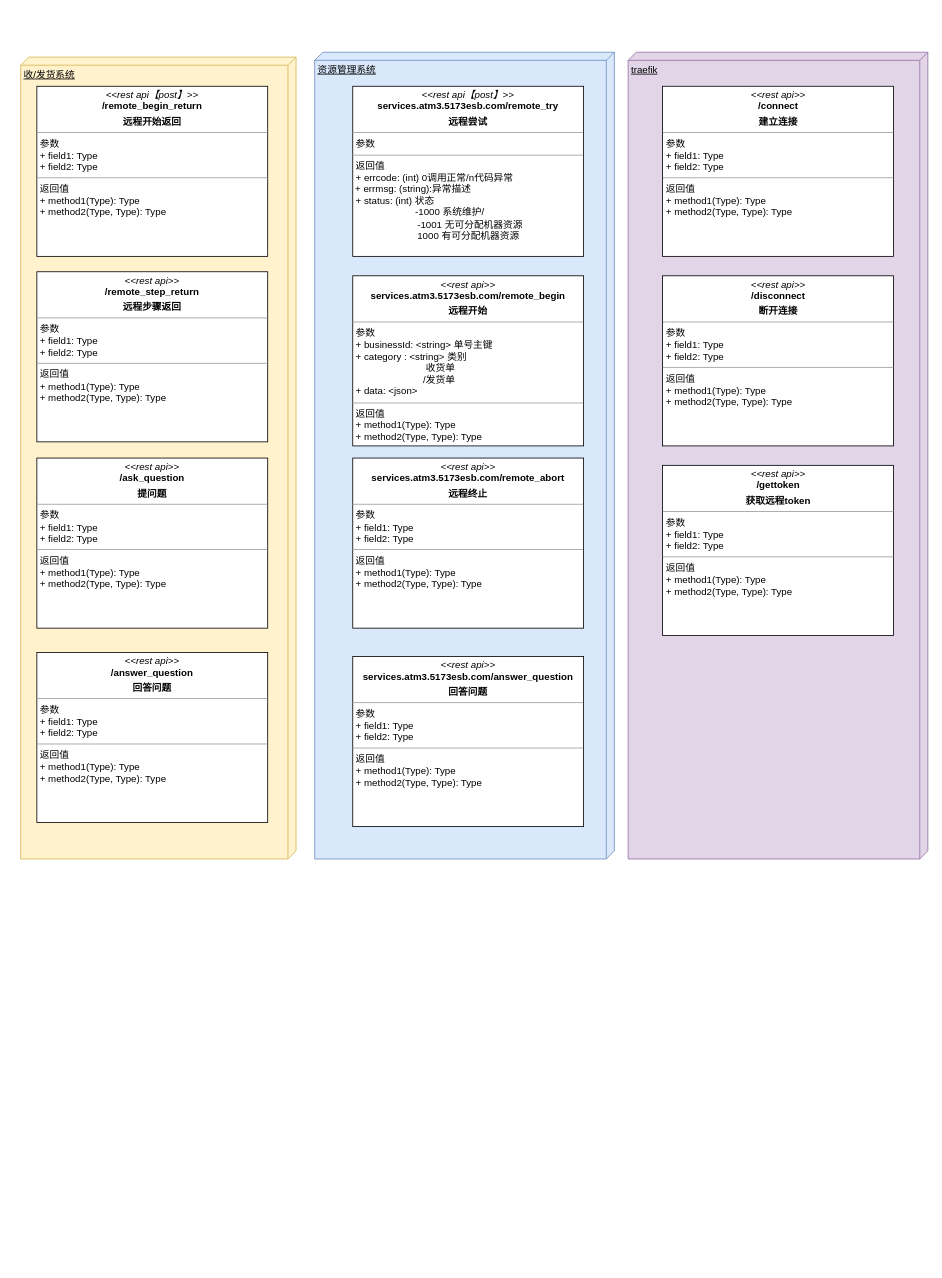
The draw.io diagram 接口.drawio in yelisheng/atm-design, before the edit. Source tidied: cells renumbered, new cells numbered last; positions are measured from the earlier drawing's top-left corner, leaving out a move shared by most shapes. Both pictures are drawn from the tidied source at 81%, with x=0, y=0 at pixel (20, 52).
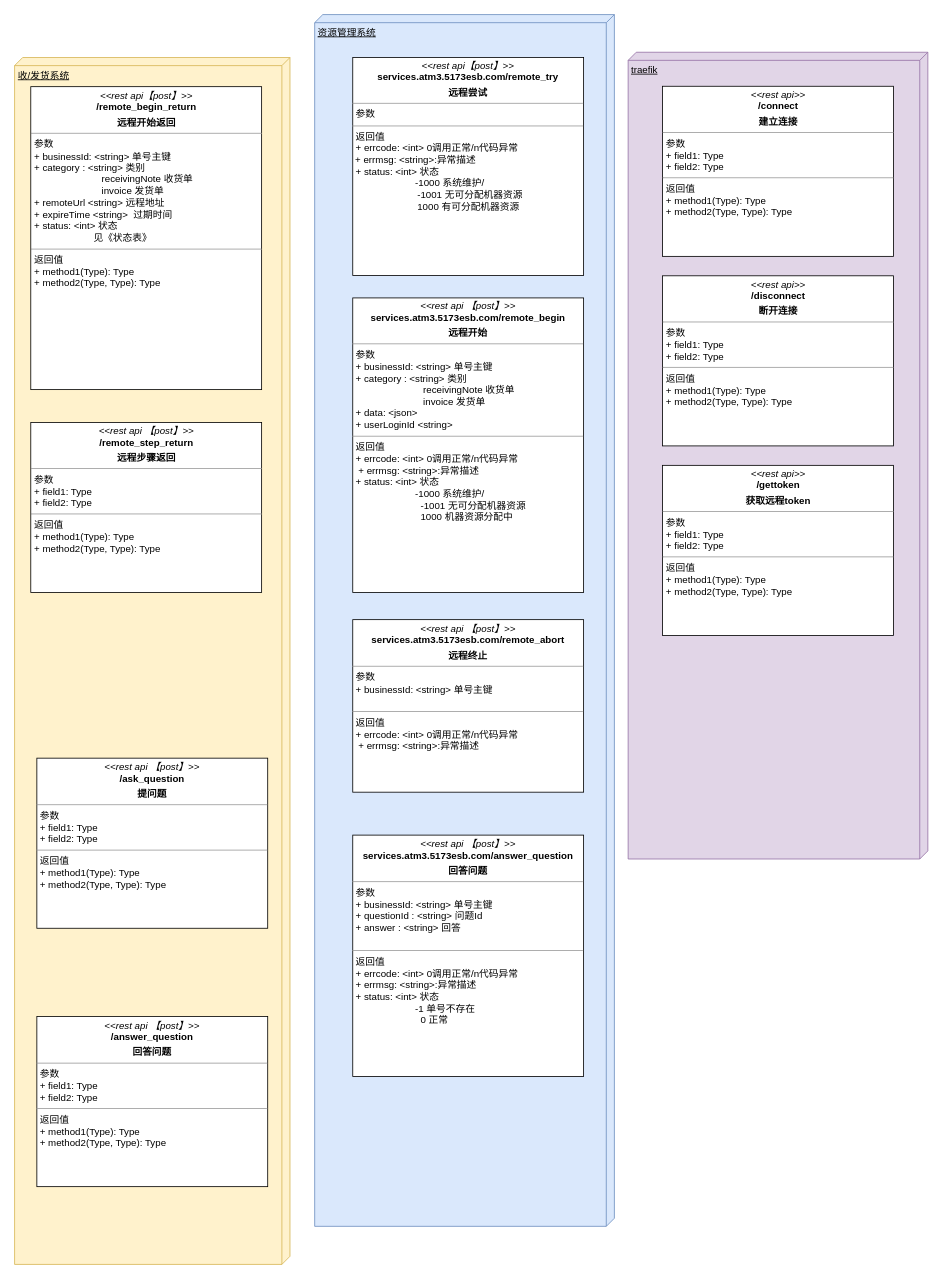
The same diagram, later.

The edit, as a diff of the source:
```diff
@@
     <mxCell id="5" style="group;" parent="1" vertex="1">
-      <mxGeometry y="6" width="340" height="990" as="geometry" />
+      <mxGeometry x="-7.5" y="6.5" width="340" height="1490" as="geometry" />
     </mxCell>
     <mxCell id="6" value="收/发货系统" style="verticalAlign=top;align=left;spacingTop=8;spacingLeft=2;spacingRight=12;shape=cube;size=10;direction=south;fontStyle=4;html=1;fillColor=#fff2cc;strokeColor=#d6b656;" parent="5" vertex="1">
-      <mxGeometry width="340" height="990" as="geometry" />
+      <mxGeometry width="340" height="1490" as="geometry" />
     </mxCell>
-    <mxCell id="7" value="&lt;p style=&quot;margin: 0px ; margin-top: 4px ; text-align: center&quot;&gt;&lt;i&gt;&amp;lt;&amp;lt;rest api【post】&amp;gt;&amp;gt;&lt;/i&gt;&lt;br&gt;&lt;b&gt;/remote_begin_return&lt;/b&gt;&lt;/p&gt;&lt;p style=&quot;margin: 0px ; margin-top: 4px ; text-align: center&quot;&gt;&lt;b&gt;远程开始返回&lt;/b&gt;&lt;/p&gt;&lt;hr size=&quot;1&quot;&gt;&lt;p style=&quot;margin: 0px ; margin-left: 4px&quot;&gt;参数&lt;/p&gt;&lt;p style=&quot;margin: 0px ; margin-left: 4px&quot;&gt;+ field1: Type&lt;br&gt;+ field2: Type&lt;/p&gt;&lt;hr size=&quot;1&quot;&gt;&lt;p style=&quot;margin: 0px ; margin-left: 4px&quot;&gt;返回值&lt;/p&gt;&lt;p style=&quot;margin: 0px ; margin-left: 4px&quot;&gt;+ method1(Type): Type&lt;br&gt;+ method2(Type, Type): Type&lt;/p&gt;" style="verticalAlign=top;align=left;overflow=fill;fontSize=12;fontFamily=Helvetica;html=1;" parent="5" vertex="1">
-      <mxGeometry x="20" y="36" width="285" height="210" as="geometry" />
+    <mxCell id="7" value="&lt;p style=&quot;margin: 0px ; margin-top: 4px ; text-align: center&quot;&gt;&lt;i&gt;&amp;lt;&amp;lt;rest api【post】&amp;gt;&amp;gt;&lt;/i&gt;&lt;br&gt;&lt;b&gt;/remote_begin_return&lt;/b&gt;&lt;/p&gt;&lt;p style=&quot;margin: 0px ; margin-top: 4px ; text-align: center&quot;&gt;&lt;b&gt;远程开始返回&lt;/b&gt;&lt;/p&gt;&lt;hr size=&quot;1&quot;&gt;&lt;p style=&quot;margin: 0px ; margin-left: 4px&quot;&gt;参数&lt;/p&gt;&lt;p style=&quot;margin: 0px 0px 0px 4px&quot;&gt;+ businessId: &amp;lt;string&amp;gt; 单号主键&lt;/p&gt;&lt;p style=&quot;margin: 0px 0px 0px 4px&quot;&gt;+ category : &amp;lt;string&amp;gt; 类别&amp;nbsp;&lt;/p&gt;&lt;p style=&quot;margin: 0px 0px 0px 4px&quot;&gt;&amp;nbsp; &amp;nbsp; &amp;nbsp; &amp;nbsp; &amp;nbsp; &amp;nbsp; &amp;nbsp; &amp;nbsp; &amp;nbsp; &amp;nbsp; &amp;nbsp; &amp;nbsp; &amp;nbsp;receivingNote 收货单&lt;/p&gt;&lt;p style=&quot;margin: 0px 0px 0px 4px&quot;&gt;&amp;nbsp; &amp;nbsp; &amp;nbsp; &amp;nbsp; &amp;nbsp; &amp;nbsp; &amp;nbsp; &amp;nbsp; &amp;nbsp; &amp;nbsp; &amp;nbsp; &amp;nbsp; &amp;nbsp;invoice 发货单&lt;/p&gt;&lt;p style=&quot;margin: 0px 0px 0px 4px&quot;&gt;+ remoteUrl &amp;lt;string&amp;gt; 远程地址&lt;/p&gt;&lt;p style=&quot;margin: 0px 0px 0px 4px&quot;&gt;+ expireTime &amp;lt;string&amp;gt;&amp;nbsp; 过期时间&lt;/p&gt;&lt;p style=&quot;margin: 0px 0px 0px 4px&quot;&gt;+ status:&lt;span&gt;&amp;nbsp;&lt;/span&gt;&lt;span&gt;&amp;lt;int&amp;gt; 状态&amp;nbsp;&lt;/span&gt;&lt;/p&gt;&lt;p style=&quot;margin: 0px 0px 0px 4px&quot;&gt;&amp;nbsp; &amp;nbsp; &amp;nbsp; &amp;nbsp; &amp;nbsp; &amp;nbsp; &amp;nbsp; &amp;nbsp; &amp;nbsp; &amp;nbsp; &amp;nbsp; 见《状态表》&lt;/p&gt;&lt;hr size=&quot;1&quot;&gt;&lt;p style=&quot;margin: 0px ; margin-left: 4px&quot;&gt;返回值&lt;/p&gt;&lt;p style=&quot;margin: 0px ; margin-left: 4px&quot;&gt;+ method1(Type): Type&lt;br&gt;+ method2(Type, Type): Type&lt;/p&gt;" style="verticalAlign=top;align=left;overflow=fill;fontSize=12;fontFamily=Helvetica;html=1;" parent="5" vertex="1">
+      <mxGeometry x="20" y="36" width="285" height="374" as="geometry" />
     </mxCell>
-    <mxCell id="8" value="&lt;p style=&quot;margin: 0px ; margin-top: 4px ; text-align: center&quot;&gt;&lt;i&gt;&amp;lt;&amp;lt;rest api&amp;gt;&amp;gt;&lt;/i&gt;&lt;br&gt;&lt;b&gt;/remote_step_return&lt;/b&gt;&lt;/p&gt;&lt;p style=&quot;margin: 0px ; margin-top: 4px ; text-align: center&quot;&gt;&lt;b&gt;远程步骤返回&lt;/b&gt;&lt;/p&gt;&lt;hr size=&quot;1&quot;&gt;&lt;p style=&quot;margin: 0px ; margin-left: 4px&quot;&gt;参数&lt;/p&gt;&lt;p style=&quot;margin: 0px ; margin-left: 4px&quot;&gt;+ field1: Type&lt;br&gt;+ field2: Type&lt;/p&gt;&lt;hr size=&quot;1&quot;&gt;&lt;p style=&quot;margin: 0px ; margin-left: 4px&quot;&gt;返回值&lt;/p&gt;&lt;p style=&quot;margin: 0px ; margin-left: 4px&quot;&gt;+ method1(Type): Type&lt;br&gt;+ method2(Type, Type): Type&lt;/p&gt;" style="verticalAlign=top;align=left;overflow=fill;fontSize=12;fontFamily=Helvetica;html=1;" parent="5" vertex="1">
-      <mxGeometry x="20" y="265" width="285" height="210" as="geometry" />
+    <mxCell id="8" value="&lt;p style=&quot;margin: 0px ; margin-top: 4px ; text-align: center&quot;&gt;&lt;i&gt;&amp;lt;&amp;lt;rest api 【post】&amp;gt;&amp;gt;&lt;/i&gt;&lt;br&gt;&lt;b&gt;/remote_step_return&lt;/b&gt;&lt;/p&gt;&lt;p style=&quot;margin: 0px ; margin-top: 4px ; text-align: center&quot;&gt;&lt;b&gt;远程步骤返回&lt;/b&gt;&lt;/p&gt;&lt;hr size=&quot;1&quot;&gt;&lt;p style=&quot;margin: 0px ; margin-left: 4px&quot;&gt;参数&lt;/p&gt;&lt;p style=&quot;margin: 0px ; margin-left: 4px&quot;&gt;+ field1: Type&lt;br&gt;+ field2: Type&lt;/p&gt;&lt;hr size=&quot;1&quot;&gt;&lt;p style=&quot;margin: 0px ; margin-left: 4px&quot;&gt;返回值&lt;/p&gt;&lt;p style=&quot;margin: 0px ; margin-left: 4px&quot;&gt;+ method1(Type): Type&lt;br&gt;+ method2(Type, Type): Type&lt;/p&gt;" style="verticalAlign=top;align=left;overflow=fill;fontSize=12;fontFamily=Helvetica;html=1;" parent="5" vertex="1">
+      <mxGeometry x="20" y="450.5" width="285" height="210" as="geometry" />
     </mxCell>
-    <mxCell id="9" value="&lt;p style=&quot;margin: 0px ; margin-top: 4px ; text-align: center&quot;&gt;&lt;i&gt;&amp;lt;&amp;lt;rest api&amp;gt;&amp;gt;&lt;/i&gt;&lt;br&gt;&lt;b&gt;/ask_question&lt;/b&gt;&lt;/p&gt;&lt;p style=&quot;margin: 0px ; margin-top: 4px ; text-align: center&quot;&gt;&lt;b&gt;提问题&lt;/b&gt;&lt;/p&gt;&lt;hr size=&quot;1&quot;&gt;&lt;p style=&quot;margin: 0px ; margin-left: 4px&quot;&gt;参数&lt;/p&gt;&lt;p style=&quot;margin: 0px ; margin-left: 4px&quot;&gt;+ field1: Type&lt;br&gt;+ field2: Type&lt;/p&gt;&lt;hr size=&quot;1&quot;&gt;&lt;p style=&quot;margin: 0px ; margin-left: 4px&quot;&gt;返回值&lt;/p&gt;&lt;p style=&quot;margin: 0px ; margin-left: 4px&quot;&gt;+ method1(Type): Type&lt;br&gt;+ method2(Type, Type): Type&lt;/p&gt;" style="verticalAlign=top;align=left;overflow=fill;fontSize=12;fontFamily=Helvetica;html=1;" parent="5" vertex="1">
-      <mxGeometry x="20" y="495" width="285" height="210" as="geometry" />
+    <mxCell id="9" value="&lt;p style=&quot;margin: 0px ; margin-top: 4px ; text-align: center&quot;&gt;&lt;i&gt;&amp;lt;&amp;lt;rest api 【post】&amp;gt;&amp;gt;&lt;/i&gt;&lt;br&gt;&lt;b&gt;/ask_question&lt;/b&gt;&lt;/p&gt;&lt;p style=&quot;margin: 0px ; margin-top: 4px ; text-align: center&quot;&gt;&lt;b&gt;提问题&lt;/b&gt;&lt;/p&gt;&lt;hr size=&quot;1&quot;&gt;&lt;p style=&quot;margin: 0px ; margin-left: 4px&quot;&gt;参数&lt;/p&gt;&lt;p style=&quot;margin: 0px ; margin-left: 4px&quot;&gt;+ field1: Type&lt;br&gt;+ field2: Type&lt;/p&gt;&lt;hr size=&quot;1&quot;&gt;&lt;p style=&quot;margin: 0px ; margin-left: 4px&quot;&gt;返回值&lt;/p&gt;&lt;p style=&quot;margin: 0px ; margin-left: 4px&quot;&gt;+ method1(Type): Type&lt;br&gt;+ method2(Type, Type): Type&lt;/p&gt;" style="verticalAlign=top;align=left;overflow=fill;fontSize=12;fontFamily=Helvetica;html=1;" parent="5" vertex="1">
+      <mxGeometry x="27.5" y="865" width="285" height="210" as="geometry" />
     </mxCell>
-    <mxCell id="10" value="&lt;p style=&quot;margin: 0px ; margin-top: 4px ; text-align: center&quot;&gt;&lt;i&gt;&amp;lt;&amp;lt;rest api&amp;gt;&amp;gt;&lt;/i&gt;&lt;br&gt;&lt;b&gt;/answer_question&lt;/b&gt;&lt;/p&gt;&lt;p style=&quot;margin: 0px ; margin-top: 4px ; text-align: center&quot;&gt;&lt;b&gt;回答问题&lt;/b&gt;&lt;/p&gt;&lt;hr size=&quot;1&quot;&gt;&lt;p style=&quot;margin: 0px ; margin-left: 4px&quot;&gt;参数&lt;/p&gt;&lt;p style=&quot;margin: 0px ; margin-left: 4px&quot;&gt;+ field1: Type&lt;br&gt;+ field2: Type&lt;/p&gt;&lt;hr size=&quot;1&quot;&gt;&lt;p style=&quot;margin: 0px ; margin-left: 4px&quot;&gt;返回值&lt;/p&gt;&lt;p style=&quot;margin: 0px ; margin-left: 4px&quot;&gt;+ method1(Type): Type&lt;br&gt;+ method2(Type, Type): Type&lt;/p&gt;" style="verticalAlign=top;align=left;overflow=fill;fontSize=12;fontFamily=Helvetica;html=1;" parent="5" vertex="1">
-      <mxGeometry x="20" y="735" width="285" height="210" as="geometry" />
+    <mxCell id="10" value="&lt;p style=&quot;margin: 0px ; margin-top: 4px ; text-align: center&quot;&gt;&lt;i&gt;&amp;lt;&amp;lt;rest api 【post】&amp;gt;&amp;gt;&lt;/i&gt;&lt;br&gt;&lt;b&gt;/answer_question&lt;/b&gt;&lt;/p&gt;&lt;p style=&quot;margin: 0px ; margin-top: 4px ; text-align: center&quot;&gt;&lt;b&gt;回答问题&lt;/b&gt;&lt;/p&gt;&lt;hr size=&quot;1&quot;&gt;&lt;p style=&quot;margin: 0px ; margin-left: 4px&quot;&gt;参数&lt;/p&gt;&lt;p style=&quot;margin: 0px ; margin-left: 4px&quot;&gt;+ field1: Type&lt;br&gt;+ field2: Type&lt;/p&gt;&lt;hr size=&quot;1&quot;&gt;&lt;p style=&quot;margin: 0px ; margin-left: 4px&quot;&gt;返回值&lt;/p&gt;&lt;p style=&quot;margin: 0px ; margin-left: 4px&quot;&gt;+ method1(Type): Type&lt;br&gt;+ method2(Type, Type): Type&lt;/p&gt;" style="verticalAlign=top;align=left;overflow=fill;fontSize=12;fontFamily=Helvetica;html=1;" parent="5" vertex="1">
+      <mxGeometry x="27.5" y="1184" width="285" height="210" as="geometry" />
     </mxCell>
     <mxCell id="11" style="group;" parent="1" vertex="1">
-      <mxGeometry x="363" width="370" height="996" as="geometry" />
+      <mxGeometry x="363" y="-46.5" width="370" height="1496" as="geometry" />
     </mxCell>
     <mxCell id="12" value="资源管理系统" style="verticalAlign=top;align=left;spacingTop=8;spacingLeft=2;spacingRight=12;shape=cube;size=10;direction=south;fontStyle=4;html=1;fillColor=#dae8fc;strokeColor=#6c8ebf;" parent="11" vertex="1">
-      <mxGeometry width="370" height="996" as="geometry" />
+      <mxGeometry width="370" height="1496" as="geometry" />
     </mxCell>
-    <mxCell id="13" value="&lt;p style=&quot;margin: 0px ; margin-top: 4px ; text-align: center&quot;&gt;&lt;i&gt;&amp;lt;&amp;lt;rest api【post】&amp;gt;&amp;gt;&lt;/i&gt;&lt;br&gt;&lt;b&gt;services.atm3.5173esb.com/remote_try&lt;/b&gt;&lt;/p&gt;&lt;p style=&quot;margin: 0px ; margin-top: 4px ; text-align: center&quot;&gt;&lt;b&gt;远程尝试&lt;/b&gt;&lt;/p&gt;&lt;hr size=&quot;1&quot;&gt;&lt;p style=&quot;margin: 0px ; margin-left: 4px&quot;&gt;参数&lt;/p&gt;&lt;hr size=&quot;1&quot;&gt;&lt;p style=&quot;margin: 0px ; margin-left: 4px&quot;&gt;返回值&lt;/p&gt;&lt;p style=&quot;margin: 0px ; margin-left: 4px&quot;&gt;+ errcode: (int) 0调用正常/n代码异常&amp;nbsp;&lt;/p&gt;&amp;nbsp;+&amp;nbsp;&lt;span&gt;errmsg: (string):异常描述&lt;/span&gt;&lt;br&gt;&lt;p style=&quot;margin: 0px ; margin-left: 4px&quot;&gt;+ status: (int) 状态&amp;nbsp;&lt;/p&gt;&lt;p style=&quot;margin: 0px ; margin-left: 4px&quot;&gt;&amp;nbsp; &amp;nbsp; &amp;nbsp; &amp;nbsp; &amp;nbsp; &amp;nbsp; &amp;nbsp; &amp;nbsp; &amp;nbsp; &amp;nbsp; &amp;nbsp; -1000 系统维护/&lt;/p&gt;&amp;nbsp; &amp;nbsp; &amp;nbsp; &amp;nbsp; &amp;nbsp; &amp;nbsp; &amp;nbsp; &amp;nbsp; &amp;nbsp; &amp;nbsp; &amp;nbsp; &amp;nbsp; -1001 无可分配机器资源&lt;br&gt;&amp;nbsp; &amp;nbsp; &amp;nbsp; &amp;nbsp; &amp;nbsp; &amp;nbsp; &amp;nbsp; &amp;nbsp; &amp;nbsp; &amp;nbsp; &amp;nbsp; &amp;nbsp; 1000 有可分配机器资源&lt;br&gt;&lt;p style=&quot;margin: 0px ; margin-left: 4px&quot;&gt;&amp;nbsp;&amp;nbsp;&lt;/p&gt;" style="verticalAlign=top;align=left;overflow=fill;fontSize=12;fontFamily=Helvetica;html=1;" parent="11" vertex="1">
-      <mxGeometry x="47" y="42" width="285" height="210" as="geometry" />
+    <mxCell id="13" value="&lt;p style=&quot;margin: 0px ; margin-top: 4px ; text-align: center&quot;&gt;&lt;i&gt;&amp;lt;&amp;lt;rest api【post】&amp;gt;&amp;gt;&lt;/i&gt;&lt;br&gt;&lt;b&gt;services.atm3.5173esb.com/remote_try&lt;/b&gt;&lt;/p&gt;&lt;p style=&quot;margin: 0px ; margin-top: 4px ; text-align: center&quot;&gt;&lt;b&gt;远程尝试&lt;/b&gt;&lt;/p&gt;&lt;hr size=&quot;1&quot;&gt;&lt;p style=&quot;margin: 0px ; margin-left: 4px&quot;&gt;参数&lt;/p&gt;&lt;hr size=&quot;1&quot;&gt;&lt;p style=&quot;margin: 0px ; margin-left: 4px&quot;&gt;返回值&lt;/p&gt;&lt;p style=&quot;margin: 0px ; margin-left: 4px&quot;&gt;+ errcode: &amp;lt;int&amp;gt; 0调用正常/n代码异常&amp;nbsp;&lt;/p&gt;&amp;nbsp;+&amp;nbsp;&lt;span&gt;errmsg: &amp;lt;string&amp;gt;:异常描述&lt;/span&gt;&lt;br&gt;&lt;p style=&quot;margin: 0px ; margin-left: 4px&quot;&gt;+ status: &amp;lt;int&amp;gt; 状态&amp;nbsp;&lt;/p&gt;&lt;p style=&quot;margin: 0px ; margin-left: 4px&quot;&gt;&amp;nbsp; &amp;nbsp; &amp;nbsp; &amp;nbsp; &amp;nbsp; &amp;nbsp; &amp;nbsp; &amp;nbsp; &amp;nbsp; &amp;nbsp; &amp;nbsp; -1000 系统维护/&lt;/p&gt;&amp;nbsp; &amp;nbsp; &amp;nbsp; &amp;nbsp; &amp;nbsp; &amp;nbsp; &amp;nbsp; &amp;nbsp; &amp;nbsp; &amp;nbsp; &amp;nbsp; &amp;nbsp; -1001 无可分配机器资源&lt;br&gt;&amp;nbsp; &amp;nbsp; &amp;nbsp; &amp;nbsp; &amp;nbsp; &amp;nbsp; &amp;nbsp; &amp;nbsp; &amp;nbsp; &amp;nbsp; &amp;nbsp; &amp;nbsp; 1000 有可分配机器资源&lt;br&gt;&lt;p style=&quot;margin: 0px ; margin-left: 4px&quot;&gt;&amp;nbsp;&amp;nbsp;&lt;/p&gt;" style="verticalAlign=top;align=left;overflow=fill;fontSize=12;fontFamily=Helvetica;html=1;" parent="11" vertex="1">
+      <mxGeometry x="47" y="52.9" width="285" height="269.3" as="geometry" />
     </mxCell>
-    <mxCell id="14" value="&lt;p style=&quot;margin: 0px ; margin-top: 4px ; text-align: center&quot;&gt;&lt;i&gt;&amp;lt;&amp;lt;rest api&amp;gt;&amp;gt;&lt;/i&gt;&lt;br&gt;&lt;b&gt;services.atm3.5173esb.com/remote_begin&lt;/b&gt;&lt;/p&gt;&lt;p style=&quot;margin: 0px ; margin-top: 4px ; text-align: center&quot;&gt;&lt;b&gt;远程开始&lt;/b&gt;&lt;/p&gt;&lt;hr size=&quot;1&quot;&gt;&lt;p style=&quot;margin: 0px ; margin-left: 4px&quot;&gt;参数&lt;/p&gt;&lt;p style=&quot;margin: 0px ; margin-left: 4px&quot;&gt;+ businessId: &amp;lt;string&amp;gt; 单号主键&lt;/p&gt;&lt;p style=&quot;margin: 0px ; margin-left: 4px&quot;&gt;+ category : &amp;lt;string&amp;gt; 类别&amp;nbsp;&lt;/p&gt;&lt;p style=&quot;margin: 0px ; margin-left: 4px&quot;&gt;&amp;nbsp; &amp;nbsp; &amp;nbsp; &amp;nbsp; &amp;nbsp; &amp;nbsp; &amp;nbsp; &amp;nbsp; &amp;nbsp; &amp;nbsp; &amp;nbsp; &amp;nbsp; &amp;nbsp; 收货单&lt;/p&gt;&lt;p style=&quot;margin: 0px ; margin-left: 4px&quot;&gt;&amp;nbsp; &amp;nbsp; &amp;nbsp; &amp;nbsp; &amp;nbsp; &amp;nbsp; &amp;nbsp; &amp;nbsp; &amp;nbsp; &amp;nbsp; &amp;nbsp; &amp;nbsp; &amp;nbsp;/发货单&lt;br&gt;+ data: &amp;lt;json&amp;gt;&lt;/p&gt;&lt;hr size=&quot;1&quot;&gt;&lt;p style=&quot;margin: 0px ; margin-left: 4px&quot;&gt;返回值&lt;/p&gt;&lt;p style=&quot;margin: 0px ; margin-left: 4px&quot;&gt;+ method1(Type): Type&lt;br&gt;+ method2(Type, Type): Type&lt;/p&gt;" style="verticalAlign=top;align=left;overflow=fill;fontSize=12;fontFamily=Helvetica;html=1;" parent="11" vertex="1">
-      <mxGeometry x="47" y="276" width="285" height="210" as="geometry" />
+    <mxCell id="14" value="&lt;p style=&quot;margin: 0px ; margin-top: 4px ; text-align: center&quot;&gt;&lt;i&gt;&amp;lt;&amp;lt;rest api 【post】&amp;gt;&amp;gt;&lt;/i&gt;&lt;br&gt;&lt;b&gt;services.atm3.5173esb.com/remote_begin&lt;/b&gt;&lt;/p&gt;&lt;p style=&quot;margin: 0px ; margin-top: 4px ; text-align: center&quot;&gt;&lt;b&gt;远程开始&lt;/b&gt;&lt;/p&gt;&lt;hr size=&quot;1&quot;&gt;&lt;p style=&quot;margin: 0px ; margin-left: 4px&quot;&gt;参数&lt;/p&gt;&lt;p style=&quot;margin: 0px ; margin-left: 4px&quot;&gt;+ businessId: &amp;lt;string&amp;gt; 单号主键&lt;/p&gt;&lt;p style=&quot;margin: 0px ; margin-left: 4px&quot;&gt;+ category : &amp;lt;string&amp;gt; 类别&amp;nbsp;&lt;/p&gt;&lt;p style=&quot;margin: 0px ; margin-left: 4px&quot;&gt;&amp;nbsp; &amp;nbsp; &amp;nbsp; &amp;nbsp; &amp;nbsp; &amp;nbsp; &amp;nbsp; &amp;nbsp; &amp;nbsp; &amp;nbsp; &amp;nbsp; &amp;nbsp; &amp;nbsp;receivingNote 收货单&lt;/p&gt;&lt;p style=&quot;margin: 0px ; margin-left: 4px&quot;&gt;&amp;nbsp; &amp;nbsp; &amp;nbsp; &amp;nbsp; &amp;nbsp; &amp;nbsp; &amp;nbsp; &amp;nbsp; &amp;nbsp; &amp;nbsp; &amp;nbsp; &amp;nbsp; &amp;nbsp;invoice 发货单&lt;br&gt;+ data: &amp;lt;json&amp;gt;&lt;/p&gt;&lt;p style=&quot;margin: 0px ; margin-left: 4px&quot;&gt;+ userLoginId &amp;lt;string&amp;gt;&lt;/p&gt;&lt;hr size=&quot;1&quot;&gt;&lt;p style=&quot;margin: 0px ; margin-left: 4px&quot;&gt;返回值&lt;/p&gt;&lt;p style=&quot;margin: 0px 0px 0px 4px&quot;&gt;+ errcode: &amp;lt;int&amp;gt; 0调用正常/n代码异常&amp;nbsp;&lt;/p&gt;&lt;p style=&quot;margin: 0px ; margin-left: 4px&quot;&gt;&amp;nbsp;+&amp;nbsp;errmsg: &amp;lt;string&amp;gt;:异常描述&lt;br&gt;&lt;/p&gt;&lt;p style=&quot;margin: 0px 0px 0px 4px&quot;&gt;+ status: &amp;lt;int&amp;gt; 状态&amp;nbsp;&lt;/p&gt;&lt;p style=&quot;margin: 0px 0px 0px 4px&quot;&gt;&amp;nbsp; &amp;nbsp; &amp;nbsp; &amp;nbsp; &amp;nbsp; &amp;nbsp; &amp;nbsp; &amp;nbsp; &amp;nbsp; &amp;nbsp; &amp;nbsp; -1000 系统维护/&lt;/p&gt;&lt;p style=&quot;margin: 0px ; margin-left: 4px&quot;&gt;&amp;nbsp; &amp;nbsp; &amp;nbsp; &amp;nbsp; &amp;nbsp; &amp;nbsp; &amp;nbsp; &amp;nbsp; &amp;nbsp; &amp;nbsp; &amp;nbsp; &amp;nbsp; -1001 无可分配机器资源&lt;br&gt;&amp;nbsp; &amp;nbsp; &amp;nbsp; &amp;nbsp; &amp;nbsp; &amp;nbsp; &amp;nbsp; &amp;nbsp; &amp;nbsp; &amp;nbsp; &amp;nbsp; &amp;nbsp; 1000 机器资源分配中&lt;br&gt;&lt;/p&gt;" style="verticalAlign=top;align=left;overflow=fill;fontSize=12;fontFamily=Helvetica;html=1;" parent="11" vertex="1">
+      <mxGeometry x="47" y="349.8" width="285" height="363.6" as="geometry" />
     </mxCell>
-    <mxCell id="15" value="&lt;p style=&quot;margin: 0px ; margin-top: 4px ; text-align: center&quot;&gt;&lt;i&gt;&amp;lt;&amp;lt;rest api&amp;gt;&amp;gt;&lt;/i&gt;&lt;br&gt;&lt;b&gt;services.atm3.5173esb.com/remote_abort&lt;/b&gt;&lt;/p&gt;&lt;p style=&quot;margin: 0px ; margin-top: 4px ; text-align: center&quot;&gt;&lt;b&gt;远程终止&lt;/b&gt;&lt;/p&gt;&lt;hr size=&quot;1&quot;&gt;&lt;p style=&quot;margin: 0px ; margin-left: 4px&quot;&gt;参数&lt;/p&gt;&lt;p style=&quot;margin: 0px ; margin-left: 4px&quot;&gt;+ field1: Type&lt;br&gt;+ field2: Type&lt;/p&gt;&lt;hr size=&quot;1&quot;&gt;&lt;p style=&quot;margin: 0px ; margin-left: 4px&quot;&gt;返回值&lt;/p&gt;&lt;p style=&quot;margin: 0px ; margin-left: 4px&quot;&gt;+ method1(Type): Type&lt;br&gt;+ method2(Type, Type): Type&lt;/p&gt;" style="verticalAlign=top;align=left;overflow=fill;fontSize=12;fontFamily=Helvetica;html=1;" parent="11" vertex="1">
-      <mxGeometry x="47" y="501" width="285" height="210" as="geometry" />
+    <mxCell id="15" value="&lt;p style=&quot;margin: 0px ; margin-top: 4px ; text-align: center&quot;&gt;&lt;i&gt;&amp;lt;&amp;lt;rest api 【post】&amp;gt;&amp;gt;&lt;/i&gt;&lt;br&gt;&lt;b&gt;services.atm3.5173esb.com/remote_abort&lt;/b&gt;&lt;/p&gt;&lt;p style=&quot;margin: 0px ; margin-top: 4px ; text-align: center&quot;&gt;&lt;b&gt;远程终止&lt;/b&gt;&lt;/p&gt;&lt;hr size=&quot;1&quot;&gt;&lt;p style=&quot;margin: 0px ; margin-left: 4px&quot;&gt;参数&lt;/p&gt;&lt;p style=&quot;margin: 0px 0px 0px 4px&quot;&gt;+ businessId: &amp;lt;string&amp;gt; 单号主键&lt;/p&gt;&lt;p style=&quot;margin: 0px 0px 0px 4px&quot;&gt;&lt;br&gt;&lt;/p&gt;&lt;hr size=&quot;1&quot;&gt;&lt;p style=&quot;margin: 0px ; margin-left: 4px&quot;&gt;返回值&lt;/p&gt;&lt;p style=&quot;margin: 0px 0px 0px 4px&quot;&gt;+ errcode: &amp;lt;int&amp;gt; 0调用正常/n代码异常&amp;nbsp;&lt;/p&gt;&lt;p style=&quot;margin: 0px 0px 0px 4px&quot;&gt;&amp;nbsp;+&amp;nbsp;errmsg: &amp;lt;string&amp;gt;:异常描述&lt;/p&gt;" style="verticalAlign=top;align=left;overflow=fill;fontSize=12;fontFamily=Helvetica;html=1;" parent="11" vertex="1">
+      <mxGeometry x="47" y="747" width="285" height="213" as="geometry" />
     </mxCell>
-    <mxCell id="16" value="&lt;p style=&quot;margin: 0px ; margin-top: 4px ; text-align: center&quot;&gt;&lt;i&gt;&amp;lt;&amp;lt;rest api&amp;gt;&amp;gt;&lt;/i&gt;&lt;br&gt;&lt;b&gt;services.atm3.5173esb.com/answer_question&lt;/b&gt;&lt;/p&gt;&lt;p style=&quot;margin: 0px ; margin-top: 4px ; text-align: center&quot;&gt;&lt;b&gt;回答问题&lt;/b&gt;&lt;/p&gt;&lt;hr size=&quot;1&quot;&gt;&lt;p style=&quot;margin: 0px ; margin-left: 4px&quot;&gt;参数&lt;/p&gt;&lt;p style=&quot;margin: 0px ; margin-left: 4px&quot;&gt;+ field1: Type&lt;br&gt;+ field2: Type&lt;/p&gt;&lt;hr size=&quot;1&quot;&gt;&lt;p style=&quot;margin: 0px ; margin-left: 4px&quot;&gt;返回值&lt;/p&gt;&lt;p style=&quot;margin: 0px ; margin-left: 4px&quot;&gt;+ method1(Type): Type&lt;br&gt;+ method2(Type, Type): Type&lt;/p&gt;" style="verticalAlign=top;align=left;overflow=fill;fontSize=12;fontFamily=Helvetica;html=1;" parent="11" vertex="1">
-      <mxGeometry x="47" y="746" width="285" height="210" as="geometry" />
+    <mxCell id="16" value="&lt;p style=&quot;margin: 0px ; margin-top: 4px ; text-align: center&quot;&gt;&lt;i&gt;&amp;lt;&amp;lt;rest api 【post】&amp;gt;&amp;gt;&lt;/i&gt;&lt;br&gt;&lt;b&gt;services.atm3.5173esb.com/answer_question&lt;/b&gt;&lt;/p&gt;&lt;p style=&quot;margin: 0px ; margin-top: 4px ; text-align: center&quot;&gt;&lt;b&gt;回答问题&lt;/b&gt;&lt;/p&gt;&lt;hr size=&quot;1&quot;&gt;&lt;p style=&quot;margin: 0px ; margin-left: 4px&quot;&gt;参数&lt;/p&gt;&lt;p style=&quot;margin: 0px 0px 0px 4px&quot;&gt;+ businessId: &amp;lt;string&amp;gt; 单号主键&lt;/p&gt;&lt;p style=&quot;margin: 0px 0px 0px 4px&quot;&gt;+ questionId : &amp;lt;string&amp;gt; 问题Id&amp;nbsp;&lt;/p&gt;&lt;p style=&quot;margin: 0px 0px 0px 4px&quot;&gt;&lt;span&gt;+ answer : &amp;lt;string&amp;gt; 回答&lt;/span&gt;&lt;/p&gt;&lt;p style=&quot;margin: 0px 0px 0px 4px&quot;&gt;&amp;nbsp; &amp;nbsp; &amp;nbsp; &amp;nbsp; &amp;nbsp; &amp;nbsp; &amp;nbsp;&amp;nbsp;&lt;br&gt;&lt;/p&gt;&lt;hr size=&quot;1&quot;&gt;&lt;p style=&quot;margin: 0px ; margin-left: 4px&quot;&gt;返回值&lt;/p&gt;&lt;p style=&quot;margin: 0px 0px 0px 4px&quot;&gt;+ errcode: &amp;lt;int&amp;gt; 0调用正常/n代码异常&amp;nbsp;&lt;/p&gt;&lt;p style=&quot;margin: 0px 0px 0px 4px&quot;&gt;+&amp;nbsp;errmsg: &amp;lt;string&amp;gt;:异常描述&lt;br&gt;&lt;/p&gt;&lt;p style=&quot;margin: 0px 0px 0px 4px&quot;&gt;+ status: &amp;lt;int&amp;gt; 状态&amp;nbsp;&lt;/p&gt;&lt;p style=&quot;margin: 0px 0px 0px 4px&quot;&gt;&amp;nbsp; &amp;nbsp; &amp;nbsp; &amp;nbsp; &amp;nbsp; &amp;nbsp; &amp;nbsp; &amp;nbsp; &amp;nbsp; &amp;nbsp; &amp;nbsp; -1 单号不存在&lt;/p&gt;&lt;p style=&quot;margin: 0px 0px 0px 4px&quot;&gt;&amp;nbsp; &amp;nbsp; &amp;nbsp; &amp;nbsp; &amp;nbsp; &amp;nbsp; &amp;nbsp; &amp;nbsp; &amp;nbsp; &amp;nbsp; &amp;nbsp; &amp;nbsp; 0 正常&lt;br&gt;&amp;nbsp; &amp;nbsp; &amp;nbsp; &amp;nbsp; &amp;nbsp; &amp;nbsp; &amp;nbsp; &amp;nbsp; &amp;nbsp; &amp;nbsp; &amp;nbsp; &amp;nbsp;&amp;nbsp;&lt;/p&gt;" style="verticalAlign=top;align=left;overflow=fill;fontSize=12;fontFamily=Helvetica;html=1;" parent="11" vertex="1">
+      <mxGeometry x="47" y="1013" width="285" height="298" as="geometry" />
     </mxCell>
```
